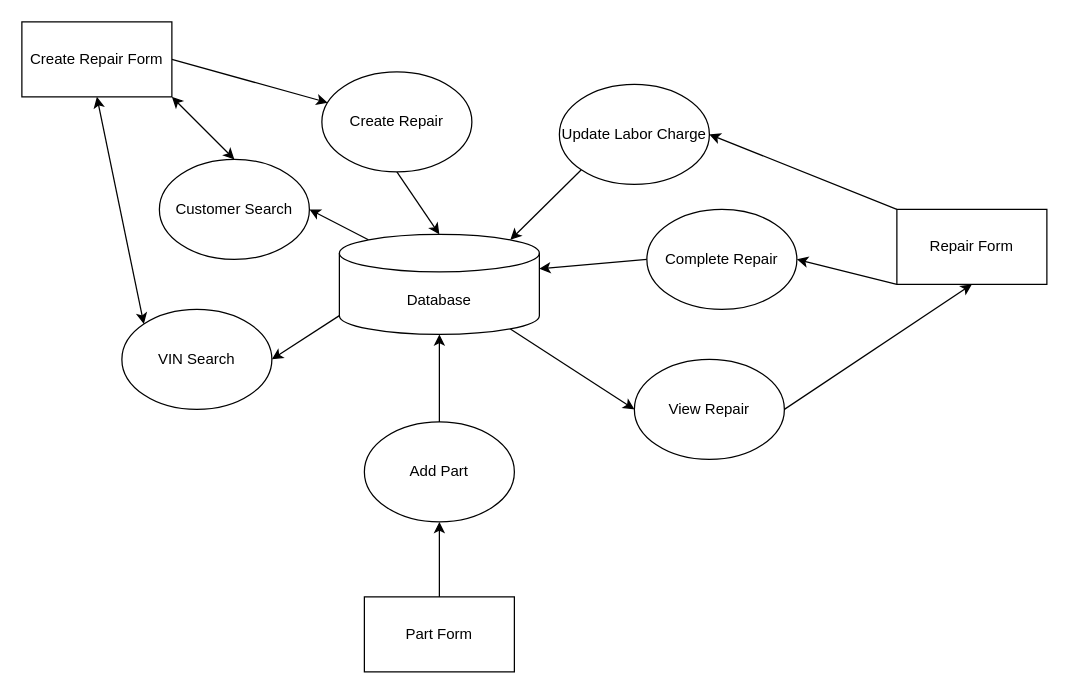
Earlier version of the draw.io diagram Repairs-Service Writer/Repair-Service Writer - IFD.drawio (dennismdan/car_dealership_database_proj). Source tidied: cells renumbered, new cells numbered last; positions are measured from the earlier drawing's top-left corner, leaving out a move shared by most shapes. Both pictures are drawn from the tidied source at 125%, with x=0, y=0 at pixel (21, 21).
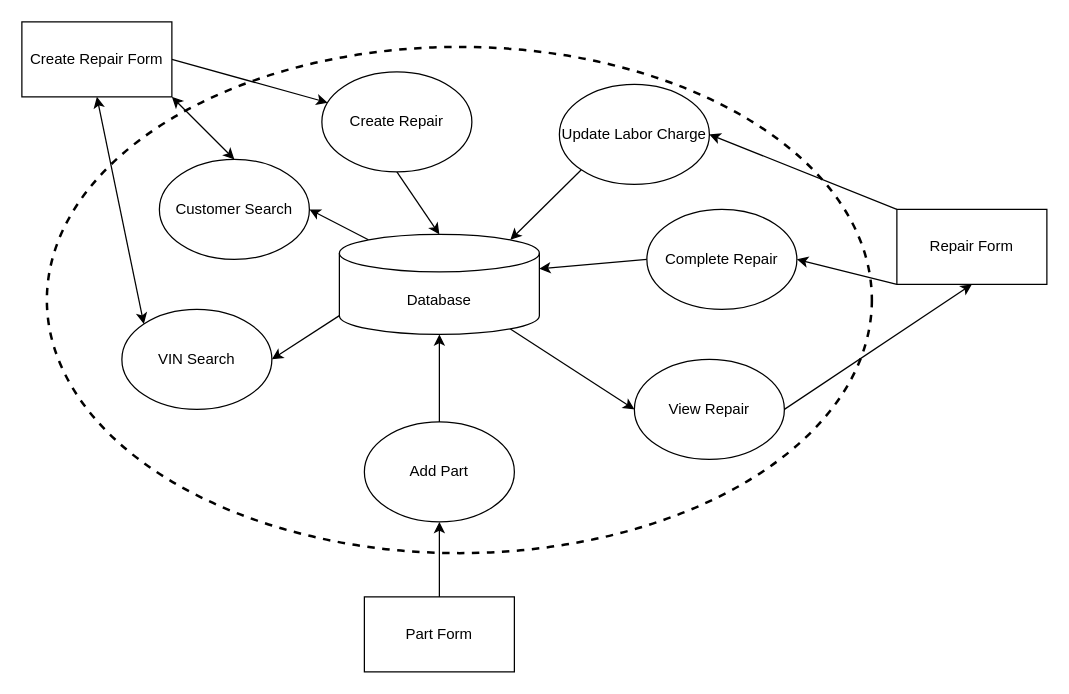
The same page after the edit.

Commit message (it also covers changes not shown here):
Added EER and updated IFD for Service Writer

Change to the diagram source:
```diff
@@
+    <mxCell id="27" style="ellipse;whiteSpace=wrap;html=1;rounded=0;shadow=0;glass=0;sketch=0;strokeWidth=2;fillColor=none;dashed=1;" parent="1" vertex="1">
+      <mxGeometry x="20" y="20" width="660" height="405" as="geometry" />
+    </mxCell>
```
